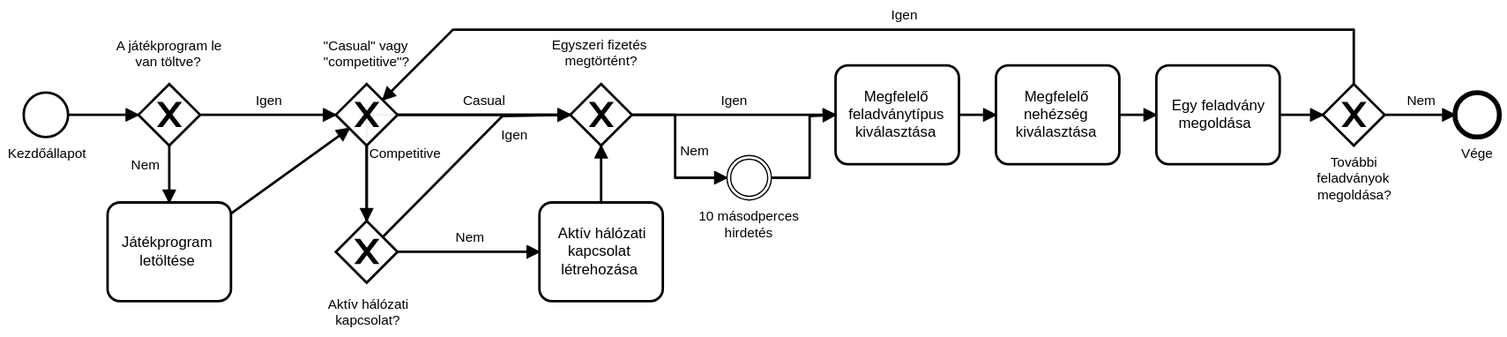
Earlier version of the BPMN export doc/resource/kovspec_igenyelt_uzleti.svg (versenyi98/Sudoku). Its source is kept beside it as doc/resource/kovspec_igenyelt_uzleti.bpmn. Ids are renumbered. Source of this version:
```xml
<bpmn:definitions xmlns:xsi="http://www.w3.org/2001/XMLSchema-instance" xmlns:bpmn="http://www.omg.org/spec/BPMN/20100524/MODEL" xmlns:bpmndi="http://www.omg.org/spec/BPMN/20100524/DI" xmlns:dc="http://www.omg.org/spec/DD/20100524/DC" xmlns:di="http://www.omg.org/spec/DD/20100524/DI" id="Definitions_n1" targetNamespace="http://bpmn.io/schema/bpmn" exporter="bpmn-js (https://demo.bpmn.io)" exporterVersion="5.0.4">
  <bpmn:process id="Process_n2" isExecutable="false">
    <bpmn:startEvent id="StartEvent_n3" name="Kezdőállapot">
      <bpmn:outgoing>SequenceFlow_n4</bpmn:outgoing>
    </bpmn:startEvent>
    <bpmn:exclusiveGateway id="ExclusiveGateway_n5" name="A játékprogram le van töltve?">
      <bpmn:incoming>SequenceFlow_n4</bpmn:incoming>
      <bpmn:outgoing>SequenceFlow_n6</bpmn:outgoing>
      <bpmn:outgoing>SequenceFlow_n7</bpmn:outgoing>
    </bpmn:exclusiveGateway>
    <bpmn:sequenceFlow id="SequenceFlow_n4" sourceRef="StartEvent_n3" targetRef="ExclusiveGateway_n5" />
    <bpmn:task id="Task_n8" name="Játékprogram letöltése">
      <bpmn:incoming>SequenceFlow_n6</bpmn:incoming>
      <bpmn:outgoing>SequenceFlow_n9</bpmn:outgoing>
    </bpmn:task>
    <bpmn:sequenceFlow id="SequenceFlow_n6" name="Nem" sourceRef="ExclusiveGateway_n5" targetRef="Task_n8" />
    <bpmn:exclusiveGateway id="ExclusiveGateway_n10" name="&#34;Casual&#34; vagy &#34;competitive&#34;?">
      <bpmn:incoming>SequenceFlow_n9</bpmn:incoming>
      <bpmn:incoming>SequenceFlow_n7</bpmn:incoming>
      <bpmn:incoming>SequenceFlow_n11</bpmn:incoming>
      <bpmn:outgoing>SequenceFlow_n12</bpmn:outgoing>
      <bpmn:outgoing>SequenceFlow_n13</bpmn:outgoing>
    </bpmn:exclusiveGateway>
    <bpmn:sequenceFlow id="SequenceFlow_n9" sourceRef="Task_n8" targetRef="ExclusiveGateway_n10" />
    <bpmn:sequenceFlow id="SequenceFlow_n7" name="Igen" sourceRef="ExclusiveGateway_n5" targetRef="ExclusiveGateway_n10" />
    <bpmn:exclusiveGateway id="ExclusiveGateway_n14" name="Egyszeri fizetés megtörtént?">
      <bpmn:incoming>SequenceFlow_n12</bpmn:incoming>
      <bpmn:incoming>SequenceFlow_n15</bpmn:incoming>
      <bpmn:incoming>SequenceFlow_n16</bpmn:incoming>
      <bpmn:incoming>SequenceFlow_n17</bpmn:incoming>
      <bpmn:outgoing>SequenceFlow_n18</bpmn:outgoing>
      <bpmn:outgoing>SequenceFlow_n19</bpmn:outgoing>
    </bpmn:exclusiveGateway>
    <bpmn:sequenceFlow id="SequenceFlow_n12" name="Casual" sourceRef="ExclusiveGateway_n10" targetRef="ExclusiveGateway_n14" />
    <bpmn:exclusiveGateway id="ExclusiveGateway_n20" name="Aktív hálózati kapcsolat?">
      <bpmn:incoming>SequenceFlow_n13</bpmn:incoming>
      <bpmn:outgoing>SequenceFlow_n15</bpmn:outgoing>
      <bpmn:outgoing>SequenceFlow_n16</bpmn:outgoing>
      <bpmn:outgoing>SequenceFlow_n21</bpmn:outgoing>
    </bpmn:exclusiveGateway>
    <bpmn:sequenceFlow id="SequenceFlow_n13" name="Competitive" sourceRef="ExclusiveGateway_n10" targetRef="ExclusiveGateway_n20" />
    <bpmn:sequenceFlow id="SequenceFlow_n15" sourceRef="ExclusiveGateway_n20" targetRef="ExclusiveGateway_n14" />
    <bpmn:sequenceFlow id="SequenceFlow_n16" name="Igen" sourceRef="ExclusiveGateway_n20" targetRef="ExclusiveGateway_n14" />
    <bpmn:task id="Task_n22" name="Aktív hálózati kapcsolat létrehozása">
      <bpmn:incoming>SequenceFlow_n21</bpmn:incoming>
      <bpmn:outgoing>SequenceFlow_n17</bpmn:outgoing>
    </bpmn:task>
    <bpmn:sequenceFlow id="SequenceFlow_n21" name="Nem" sourceRef="ExclusiveGateway_n20" targetRef="Task_n22" />
    <bpmn:sequenceFlow id="SequenceFlow_n17" sourceRef="Task_n22" targetRef="ExclusiveGateway_n14" />
    <bpmn:intermediateThrowEvent id="IntermediateThrowEvent_n23" name="10 másodperces hirdetés">
      <bpmn:incoming>SequenceFlow_n18</bpmn:incoming>
      <bpmn:outgoing>SequenceFlow_n24</bpmn:outgoing>
    </bpmn:intermediateThrowEvent>
    <bpmn:sequenceFlow id="SequenceFlow_n18" name="Nem" sourceRef="ExclusiveGateway_n14" targetRef="IntermediateThrowEvent_n23" />
    <bpmn:task id="Task_n25" name="Megfelelő feladványtípus kiválasztása">
      <bpmn:incoming>SequenceFlow_n19</bpmn:incoming>
      <bpmn:incoming>SequenceFlow_n24</bpmn:incoming>
      <bpmn:outgoing>SequenceFlow_n26</bpmn:outgoing>
    </bpmn:task>
    <bpmn:sequenceFlow id="SequenceFlow_n19" name="Igen" sourceRef="ExclusiveGateway_n14" targetRef="Task_n25" />
    <bpmn:sequenceFlow id="SequenceFlow_n24" sourceRef="IntermediateThrowEvent_n23" targetRef="Task_n25" />
    <bpmn:task id="Task_n27" name="Megfelelő nehézség kiválasztása">
      <bpmn:incoming>SequenceFlow_n26</bpmn:incoming>
      <bpmn:outgoing>SequenceFlow_n28</bpmn:outgoing>
    </bpmn:task>
    <bpmn:sequenceFlow id="SequenceFlow_n26" sourceRef="Task_n25" targetRef="Task_n27" />
    <bpmn:task id="Task_n29" name="Egy feladvány megoldása">
      <bpmn:incoming>SequenceFlow_n28</bpmn:incoming>
      <bpmn:outgoing>SequenceFlow_n30</bpmn:outgoing>
    </bpmn:task>
    <bpmn:sequenceFlow id="SequenceFlow_n28" sourceRef="Task_n27" targetRef="Task_n29" />
    <bpmn:exclusiveGateway id="ExclusiveGateway_n31" name="További feladványok megoldása?">
      <bpmn:incoming>SequenceFlow_n30</bpmn:incoming>
      <bpmn:outgoing>SequenceFlow_n11</bpmn:outgoing>
      <bpmn:outgoing>SequenceFlow_n32</bpmn:outgoing>
    </bpmn:exclusiveGateway>
    <bpmn:sequenceFlow id="SequenceFlow_n30" sourceRef="Task_n29" targetRef="ExclusiveGateway_n31" />
    <bpmn:sequenceFlow id="SequenceFlow_n11" name="Igen" sourceRef="ExclusiveGateway_n31" targetRef="ExclusiveGateway_n10" />
    <bpmn:endEvent id="EndEvent_n33" name="Vége">
      <bpmn:incoming>SequenceFlow_n32</bpmn:incoming>
    </bpmn:endEvent>
    <bpmn:sequenceFlow id="SequenceFlow_n32" name="Nem" sourceRef="ExclusiveGateway_n31" targetRef="EndEvent_n33" />
  </bpmn:process>
  <bpmndi:BPMNDiagram id="BPMNDiagram_1">
    <bpmndi:BPMNPlane id="BPMNPlane_1" bpmnElement="Process_n2">
      <bpmndi:BPMNShape id="_BPMNShape_StartEvent_2" bpmnElement="StartEvent_n3">
        <dc:Bounds x="202" y="151" width="36" height="36" />
        <bpmndi:BPMNLabel>
          <dc:Bounds x="189" y="194" width="63" height="14" />
        </bpmndi:BPMNLabel>
      </bpmndi:BPMNShape>
      <bpmndi:BPMNShape id="ExclusiveGateway_n5_di" bpmnElement="ExclusiveGateway_n5" isMarkerVisible="true">
        <dc:Bounds x="295" y="144" width="50" height="50" />
        <bpmndi:BPMNLabel>
          <dc:Bounds x="277" y="106.5" width="85" height="27" />
        </bpmndi:BPMNLabel>
      </bpmndi:BPMNShape>
      <bpmndi:BPMNEdge id="SequenceFlow_n4_di" bpmnElement="SequenceFlow_n4">
        <di:waypoint x="238" y="169" />
        <di:waypoint x="295" y="169" />
      </bpmndi:BPMNEdge>
      <bpmndi:BPMNShape id="Task_n8_di" bpmnElement="Task_n8">
        <dc:Bounds x="270" y="240" width="100" height="80" />
      </bpmndi:BPMNShape>
      <bpmndi:BPMNEdge id="SequenceFlow_n6_di" bpmnElement="SequenceFlow_n6">
        <di:waypoint x="320" y="194" />
        <di:waypoint x="320" y="240" />
        <bpmndi:BPMNLabel>
          <dc:Bounds x="289" y="203" width="22" height="14" />
        </bpmndi:BPMNLabel>
      </bpmndi:BPMNEdge>
      <bpmndi:BPMNShape id="ExclusiveGateway_n10_di" bpmnElement="ExclusiveGateway_n10" isMarkerVisible="true">
        <dc:Bounds x="455" y="144" width="50" height="50" />
        <bpmndi:BPMNLabel>
          <dc:Bounds x="445" y="106.5" width="69" height="27" />
        </bpmndi:BPMNLabel>
      </bpmndi:BPMNShape>
      <bpmndi:BPMNEdge id="SequenceFlow_n9_di" bpmnElement="SequenceFlow_n9">
        <di:waypoint x="370" y="249" />
        <di:waypoint x="466" y="180" />
      </bpmndi:BPMNEdge>
      <bpmndi:BPMNEdge id="SequenceFlow_n7_di" bpmnElement="SequenceFlow_n7">
        <di:waypoint x="345" y="169" />
        <di:waypoint x="455" y="169" />
        <bpmndi:BPMNLabel>
          <dc:Bounds x="390" y="151" width="21" height="14" />
        </bpmndi:BPMNLabel>
      </bpmndi:BPMNEdge>
      <bpmndi:BPMNShape id="ExclusiveGateway_n14_di" bpmnElement="ExclusiveGateway_n14" isMarkerVisible="true">
        <dc:Bounds x="645" y="144" width="50" height="50" />
        <bpmndi:BPMNLabel>
          <dc:Bounds x="630" y="106" width="79" height="27" />
        </bpmndi:BPMNLabel>
      </bpmndi:BPMNShape>
      <bpmndi:BPMNEdge id="SequenceFlow_n12_di" bpmnElement="SequenceFlow_n12">
        <di:waypoint x="505" y="169" />
        <di:waypoint x="645" y="169" />
        <bpmndi:BPMNLabel>
          <dc:Bounds x="558" y="151" width="34" height="14" />
        </bpmndi:BPMNLabel>
      </bpmndi:BPMNEdge>
      <bpmndi:BPMNShape id="ExclusiveGateway_n20_di" bpmnElement="ExclusiveGateway_n20" isMarkerVisible="true">
        <dc:Bounds x="455" y="255" width="50" height="50" />
        <bpmndi:BPMNLabel>
          <dc:Bounds x="448.5" y="316" width="65" height="27" />
        </bpmndi:BPMNLabel>
      </bpmndi:BPMNShape>
      <bpmndi:BPMNEdge id="SequenceFlow_n13_di" bpmnElement="SequenceFlow_n13">
        <di:waypoint x="480" y="194" />
        <di:waypoint x="480" y="255" />
        <bpmndi:BPMNLabel>
          <dc:Bounds x="482" y="194" width="56" height="14" />
        </bpmndi:BPMNLabel>
      </bpmndi:BPMNEdge>
      <bpmndi:BPMNEdge id="SequenceFlow_n15_di" bpmnElement="SequenceFlow_n15">
        <di:waypoint x="480" y="255" />
        <di:waypoint x="480" y="169" />
        <di:waypoint x="645" y="169" />
      </bpmndi:BPMNEdge>
      <bpmndi:BPMNEdge id="SequenceFlow_n16_di" bpmnElement="SequenceFlow_n16">
        <di:waypoint x="493" y="268" />
        <di:waypoint x="590" y="170" />
        <di:waypoint x="645" y="169" />
        <bpmndi:BPMNLabel>
          <dc:Bounds x="589" y="179" width="21" height="14" />
        </bpmndi:BPMNLabel>
      </bpmndi:BPMNEdge>
      <bpmndi:BPMNShape id="Task_n22_di" bpmnElement="Task_n22">
        <dc:Bounds x="620" y="240" width="100" height="80" />
      </bpmndi:BPMNShape>
      <bpmndi:BPMNEdge id="SequenceFlow_n21_di" bpmnElement="SequenceFlow_n21">
        <di:waypoint x="505" y="280" />
        <di:waypoint x="620" y="280" />
        <bpmndi:BPMNLabel>
          <dc:Bounds x="552" y="262" width="22" height="14" />
        </bpmndi:BPMNLabel>
      </bpmndi:BPMNEdge>
      <bpmndi:BPMNEdge id="SequenceFlow_n17_di" bpmnElement="SequenceFlow_n17">
        <di:waypoint x="670" y="240" />
        <di:waypoint x="670" y="194" />
      </bpmndi:BPMNEdge>
      <bpmndi:BPMNShape id="IntermediateThrowEvent_n23_di" bpmnElement="IntermediateThrowEvent_n23">
        <dc:Bounds x="772" y="202" width="36" height="36" />
        <bpmndi:BPMNLabel>
          <dc:Bounds x="749" y="245" width="82" height="27" />
        </bpmndi:BPMNLabel>
      </bpmndi:BPMNShape>
      <bpmndi:BPMNEdge id="SequenceFlow_n18_di" bpmnElement="SequenceFlow_n18">
        <di:waypoint x="695" y="169" />
        <di:waypoint x="730" y="169" />
        <di:waypoint x="730" y="220" />
        <di:waypoint x="772" y="220" />
        <bpmndi:BPMNLabel>
          <dc:Bounds x="734" y="192" width="22" height="14" />
        </bpmndi:BPMNLabel>
      </bpmndi:BPMNEdge>
      <bpmndi:BPMNShape id="Task_n25_di" bpmnElement="Task_n25">
        <dc:Bounds x="860" y="129" width="100" height="80" />
      </bpmndi:BPMNShape>
      <bpmndi:BPMNEdge id="SequenceFlow_n19_di" bpmnElement="SequenceFlow_n19">
        <di:waypoint x="695" y="169" />
        <di:waypoint x="860" y="169" />
        <bpmndi:BPMNLabel>
          <dc:Bounds x="767" y="151" width="21" height="14" />
        </bpmndi:BPMNLabel>
      </bpmndi:BPMNEdge>
      <bpmndi:BPMNEdge id="SequenceFlow_n24_di" bpmnElement="SequenceFlow_n24">
        <di:waypoint x="808" y="220" />
        <di:waypoint x="839" y="220" />
        <di:waypoint x="839" y="170" />
        <di:waypoint x="860" y="169" />
      </bpmndi:BPMNEdge>
      <bpmndi:BPMNShape id="Task_n27_di" bpmnElement="Task_n27">
        <dc:Bounds x="990" y="129" width="100" height="80" />
      </bpmndi:BPMNShape>
      <bpmndi:BPMNEdge id="SequenceFlow_n26_di" bpmnElement="SequenceFlow_n26">
        <di:waypoint x="960" y="169" />
        <di:waypoint x="990" y="169" />
      </bpmndi:BPMNEdge>
      <bpmndi:BPMNShape id="Task_n29_di" bpmnElement="Task_n29">
        <dc:Bounds x="1120" y="129" width="100" height="80" />
      </bpmndi:BPMNShape>
      <bpmndi:BPMNEdge id="SequenceFlow_n28_di" bpmnElement="SequenceFlow_n28">
        <di:waypoint x="1090" y="169" />
        <di:waypoint x="1120" y="169" />
      </bpmndi:BPMNEdge>
      <bpmndi:BPMNShape id="ExclusiveGateway_n31_di" bpmnElement="ExclusiveGateway_n31" isMarkerVisible="true">
        <dc:Bounds x="1255" y="144" width="50" height="50" />
        <bpmndi:BPMNLabel>
          <dc:Bounds x="1250" y="201" width="60" height="40" />
        </bpmndi:BPMNLabel>
      </bpmndi:BPMNShape>
      <bpmndi:BPMNEdge id="SequenceFlow_n30_di" bpmnElement="SequenceFlow_n30">
        <di:waypoint x="1220" y="169" />
        <di:waypoint x="1255" y="169" />
      </bpmndi:BPMNEdge>
      <bpmndi:BPMNEdge id="SequenceFlow_n11_di" bpmnElement="SequenceFlow_n11">
        <di:waypoint x="1280" y="144" />
        <di:waypoint x="1280" y="100" />
        <di:waypoint x="550" y="100" />
        <di:waypoint x="493" y="157" />
        <bpmndi:BPMNLabel>
          <dc:Bounds x="905" y="82" width="21" height="14" />
        </bpmndi:BPMNLabel>
      </bpmndi:BPMNEdge>
      <bpmndi:BPMNShape id="EndEvent_n33_di" bpmnElement="EndEvent_n33">
        <dc:Bounds x="1362" y="151" width="36" height="36" />
        <bpmndi:BPMNLabel>
          <dc:Bounds x="1367" y="194" width="27" height="14" />
        </bpmndi:BPMNLabel>
      </bpmndi:BPMNShape>
      <bpmndi:BPMNEdge id="SequenceFlow_n32_di" bpmnElement="SequenceFlow_n32">
        <di:waypoint x="1305" y="169" />
        <di:waypoint x="1362" y="169" />
        <bpmndi:BPMNLabel>
          <dc:Bounds x="1323" y="151" width="22" height="14" />
        </bpmndi:BPMNLabel>
      </bpmndi:BPMNEdge>
    </bpmndi:BPMNPlane>
  </bpmndi:BPMNDiagram>
</bpmn:definitions>
```
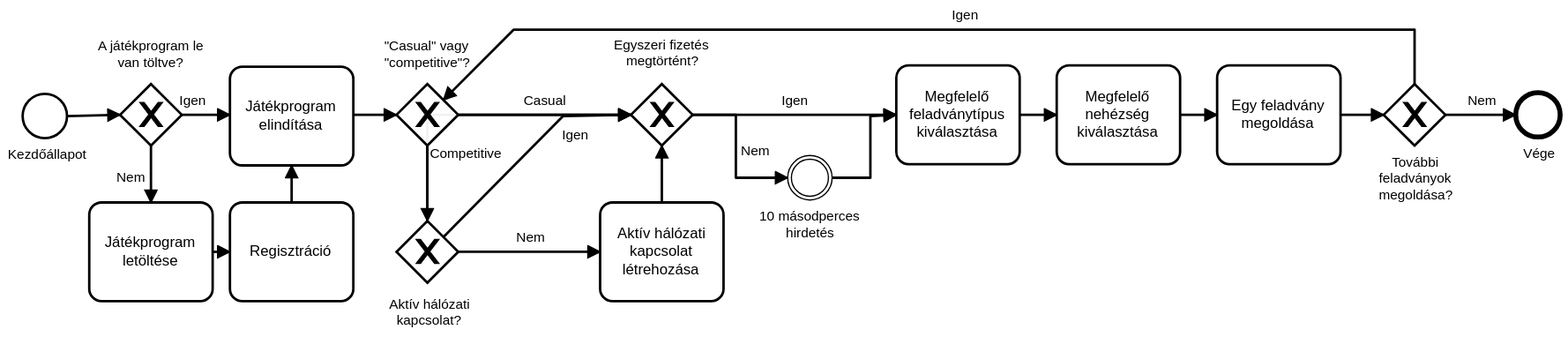
The same diagram one commit later.

Commit message:
S6 Add payment tastk to desired business processes diagram

Diff of the diagram source:
```diff
@@ -6,23 +6,20 @@
     <bpmn:exclusiveGateway id="ExclusiveGateway_n5" name="A játékprogram le van töltve?">
       <bpmn:incoming>SequenceFlow_n4</bpmn:incoming>
       <bpmn:outgoing>SequenceFlow_n6</bpmn:outgoing>
-      <bpmn:outgoing>SequenceFlow_n7</bpmn:outgoing>
+      <bpmn:outgoing>SequenceFlow_n34</bpmn:outgoing>
     </bpmn:exclusiveGateway>
     <bpmn:sequenceFlow id="SequenceFlow_n4" sourceRef="StartEvent_n3" targetRef="ExclusiveGateway_n5" />
     <bpmn:task id="Task_n8" name="Játékprogram letöltése">
       <bpmn:incoming>SequenceFlow_n6</bpmn:incoming>
-      <bpmn:outgoing>SequenceFlow_n9</bpmn:outgoing>
+      <bpmn:outgoing>SequenceFlow_n35</bpmn:outgoing>
     </bpmn:task>
     <bpmn:sequenceFlow id="SequenceFlow_n6" name="Nem" sourceRef="ExclusiveGateway_n5" targetRef="Task_n8" />
     <bpmn:exclusiveGateway id="ExclusiveGateway_n10" name="&#34;Casual&#34; vagy &#34;competitive&#34;?">
-      <bpmn:incoming>SequenceFlow_n9</bpmn:incoming>
-      <bpmn:incoming>SequenceFlow_n7</bpmn:incoming>
       <bpmn:incoming>SequenceFlow_n11</bpmn:incoming>
+      <bpmn:incoming>SequenceFlow_n36</bpmn:incoming>
       <bpmn:outgoing>SequenceFlow_n12</bpmn:outgoing>
       <bpmn:outgoing>SequenceFlow_n13</bpmn:outgoing>
     </bpmn:exclusiveGateway>
-    <bpmn:sequenceFlow id="SequenceFlow_n9" sourceRef="Task_n8" targetRef="ExclusiveGateway_n10" />
-    <bpmn:sequenceFlow id="SequenceFlow_n7" name="Igen" sourceRef="ExclusiveGateway_n5" targetRef="ExclusiveGateway_n10" />
     <bpmn:exclusiveGateway id="ExclusiveGateway_n14" name="Egyszeri fizetés megtörtént?">
       <bpmn:incoming>SequenceFlow_n12</bpmn:incoming>
       <bpmn:incoming>SequenceFlow_n15</bpmn:incoming>
@@ -80,33 +77,46 @@
       <bpmn:incoming>SequenceFlow_n32</bpmn:incoming>
     </bpmn:endEvent>
     <bpmn:sequenceFlow id="SequenceFlow_n32" name="Nem" sourceRef="ExclusiveGateway_n31" targetRef="EndEvent_n33" />
+    <bpmn:task id="Task_n37" name="Regisztráció">
+      <bpmn:incoming>SequenceFlow_n35</bpmn:incoming>
+      <bpmn:outgoing>SequenceFlow_n38</bpmn:outgoing>
+    </bpmn:task>
+    <bpmn:sequenceFlow id="SequenceFlow_n35" sourceRef="Task_n8" targetRef="Task_n37" />
+    <bpmn:task id="Task_n39" name="Játékprogram elindítása">
+      <bpmn:incoming>SequenceFlow_n34</bpmn:incoming>
+      <bpmn:incoming>SequenceFlow_n38</bpmn:incoming>
+      <bpmn:outgoing>SequenceFlow_n36</bpmn:outgoing>
+    </bpmn:task>
+    <bpmn:sequenceFlow id="SequenceFlow_n34" name="Igen" sourceRef="ExclusiveGateway_n5" targetRef="Task_n39" />
+    <bpmn:sequenceFlow id="SequenceFlow_n38" sourceRef="Task_n37" targetRef="Task_n39" />
+    <bpmn:sequenceFlow id="SequenceFlow_n36" sourceRef="Task_n39" targetRef="ExclusiveGateway_n10" />
   </bpmn:process>
   <bpmndi:BPMNDiagram id="BPMNDiagram_1">
     <bpmndi:BPMNPlane id="BPMNPlane_1" bpmnElement="Process_n2">
       <bpmndi:BPMNShape id="_BPMNShape_StartEvent_2" bpmnElement="StartEvent_n3">
-        <dc:Bounds x="202" y="151" width="36" height="36" />
+        <dc:Bounds x="152" y="152" width="36" height="36" />
         <bpmndi:BPMNLabel>
-          <dc:Bounds x="189" y="194" width="63" height="14" />
+          <dc:Bounds x="140" y="195" width="62" height="14" />
         </bpmndi:BPMNLabel>
       </bpmndi:BPMNShape>
       <bpmndi:BPMNShape id="ExclusiveGateway_n5_di" bpmnElement="ExclusiveGateway_n5" isMarkerVisible="true">
-        <dc:Bounds x="295" y="144" width="50" height="50" />
+        <dc:Bounds x="231" y="144" width="50" height="50" />
         <bpmndi:BPMNLabel>
-          <dc:Bounds x="277" y="106.5" width="85" height="27" />
+          <dc:Bounds x="213" y="107" width="85" height="27" />
         </bpmndi:BPMNLabel>
       </bpmndi:BPMNShape>
       <bpmndi:BPMNEdge id="SequenceFlow_n4_di" bpmnElement="SequenceFlow_n4">
-        <di:waypoint x="238" y="169" />
-        <di:waypoint x="295" y="169" />
+        <di:waypoint x="188" y="170" />
+        <di:waypoint x="231" y="169" />
       </bpmndi:BPMNEdge>
       <bpmndi:BPMNShape id="Task_n8_di" bpmnElement="Task_n8">
-        <dc:Bounds x="270" y="240" width="100" height="80" />
+        <dc:Bounds x="206" y="240" width="100" height="80" />
       </bpmndi:BPMNShape>
       <bpmndi:BPMNEdge id="SequenceFlow_n6_di" bpmnElement="SequenceFlow_n6">
-        <di:waypoint x="320" y="194" />
-        <di:waypoint x="320" y="240" />
+        <di:waypoint x="256" y="194" />
+        <di:waypoint x="256" y="240" />
         <bpmndi:BPMNLabel>
-          <dc:Bounds x="289" y="203" width="22" height="14" />
+          <dc:Bounds x="228" y="213" width="23" height="14" />
         </bpmndi:BPMNLabel>
       </bpmndi:BPMNEdge>
       <bpmndi:BPMNShape id="ExclusiveGateway_n10_di" bpmnElement="ExclusiveGateway_n10" isMarkerVisible="true">
@@ -115,17 +125,6 @@
           <dc:Bounds x="445" y="106.5" width="69" height="27" />
         </bpmndi:BPMNLabel>
       </bpmndi:BPMNShape>
-      <bpmndi:BPMNEdge id="SequenceFlow_n9_di" bpmnElement="SequenceFlow_n9">
-        <di:waypoint x="370" y="249" />
-        <di:waypoint x="466" y="180" />
-      </bpmndi:BPMNEdge>
-      <bpmndi:BPMNEdge id="SequenceFlow_n7_di" bpmnElement="SequenceFlow_n7">
-        <di:waypoint x="345" y="169" />
-        <di:waypoint x="455" y="169" />
-        <bpmndi:BPMNLabel>
-          <dc:Bounds x="390" y="151" width="21" height="14" />
-        </bpmndi:BPMNLabel>
-      </bpmndi:BPMNEdge>
       <bpmndi:BPMNShape id="ExclusiveGateway_n14_di" bpmnElement="ExclusiveGateway_n14" isMarkerVisible="true">
         <dc:Bounds x="645" y="144" width="50" height="50" />
         <bpmndi:BPMNLabel>
@@ -256,6 +255,31 @@
           <dc:Bounds x="1323" y="151" width="22" height="14" />
         </bpmndi:BPMNLabel>
       </bpmndi:BPMNEdge>
+      <bpmndi:BPMNShape id="Task_n37_di" bpmnElement="Task_n37">
+        <dc:Bounds x="320" y="240" width="100" height="80" />
+      </bpmndi:BPMNShape>
+      <bpmndi:BPMNEdge id="SequenceFlow_n35_di" bpmnElement="SequenceFlow_n35">
+        <di:waypoint x="306" y="280" />
+        <di:waypoint x="320" y="280" />
+      </bpmndi:BPMNEdge>
+      <bpmndi:BPMNShape id="Task_n39_di" bpmnElement="Task_n39">
+        <dc:Bounds x="320" y="130" width="100" height="80" />
+      </bpmndi:BPMNShape>
+      <bpmndi:BPMNEdge id="SequenceFlow_n34_di" bpmnElement="SequenceFlow_n34">
+        <di:waypoint x="281" y="169" />
+        <di:waypoint x="320" y="169" />
+        <bpmndi:BPMNLabel>
+          <dc:Bounds x="279" y="151" width="21" height="14" />
+        </bpmndi:BPMNLabel>
+      </bpmndi:BPMNEdge>
+      <bpmndi:BPMNEdge id="SequenceFlow_n38_di" bpmnElement="SequenceFlow_n38">
+        <di:waypoint x="370" y="240" />
+        <di:waypoint x="370" y="210" />
+      </bpmndi:BPMNEdge>
+      <bpmndi:BPMNEdge id="SequenceFlow_n36_di" bpmnElement="SequenceFlow_n36">
+        <di:waypoint x="420" y="169" />
+        <di:waypoint x="455" y="169" />
+      </bpmndi:BPMNEdge>
     </bpmndi:BPMNPlane>
   </bpmndi:BPMNDiagram>
 </bpmn:definitions>
```
